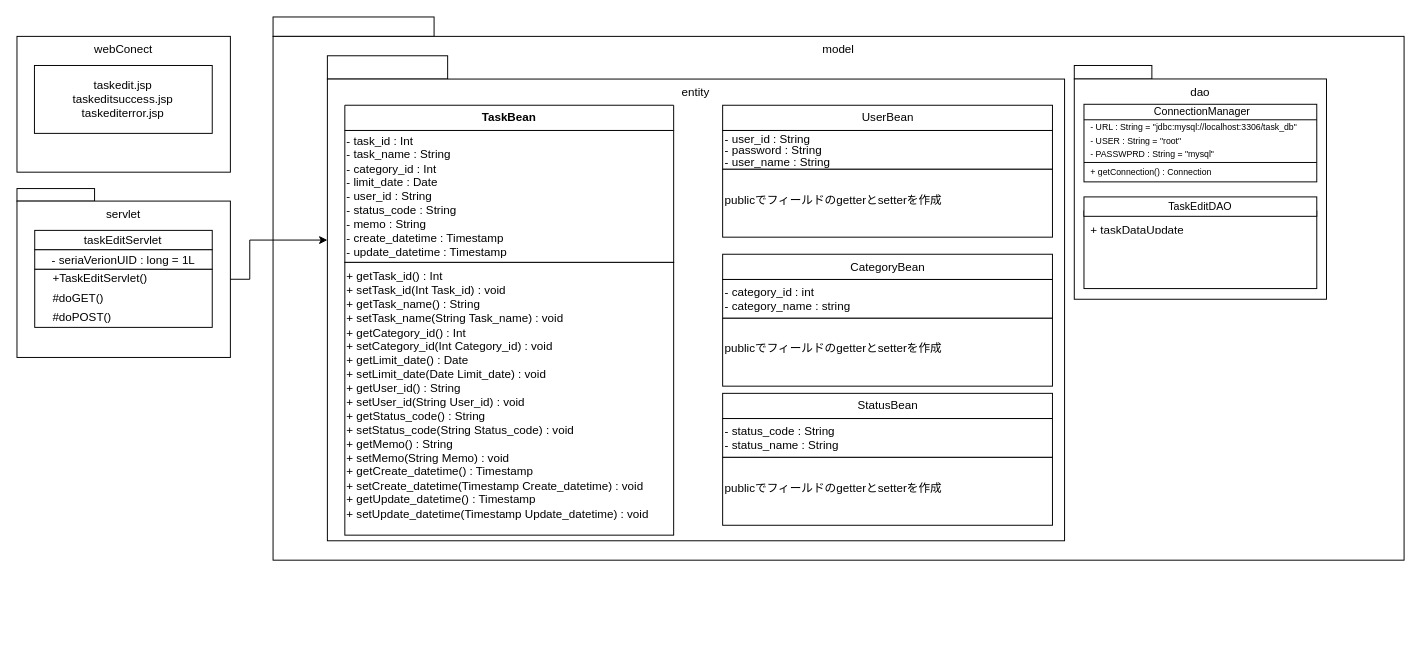
This is 詳細クラス図山下.drawio from Kimoto-Shogo/task_mgmt_system, a draw.io file, before an edit. Source tidied: cells renumbered, new cells numbered last; positions are measured from the earlier drawing's top-left corner, leaving out a move shared by most shapes. Both pictures are drawn from the tidied source at 97%, with x=0, y=0 at pixel (16, 16).
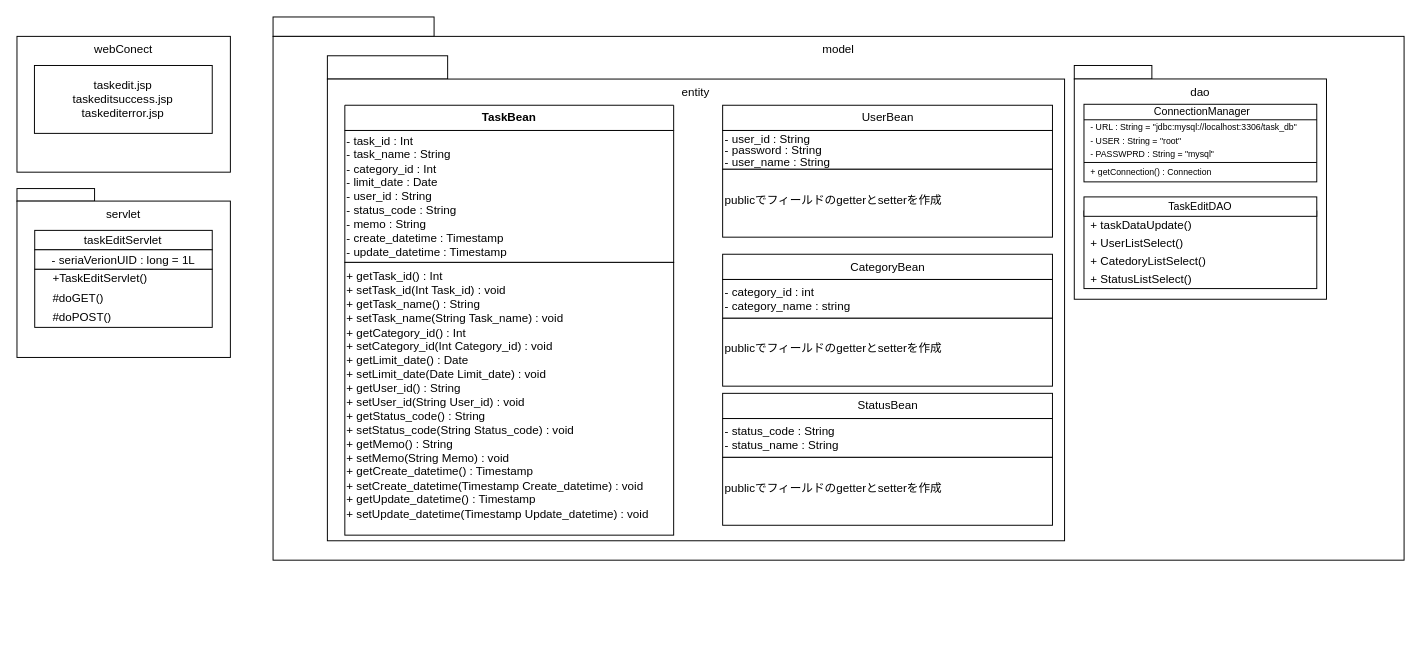
Above is the later version.

Unchanged cells that the change refers to:
```xml
<mxCell id="9" value="servlet" style="rounded=0;whiteSpace=wrap;html=1;align=center;labelPosition=center;verticalLabelPosition=middle;verticalAlign=top;" parent="7" vertex="1">
  <mxGeometry y="9.8" width="220" height="161.2" as="geometry" />
</mxCell>
<mxCell id="25" value="entity" style="rounded=0;whiteSpace=wrap;html=1;spacingTop=-449;direction=west;" parent="24" vertex="1">
  <mxGeometry width="760" height="476" as="geometry" />
</mxCell>
<mxCell id="46" style="group;" parent="45" vertex="1">
  <mxGeometry width="260" height="241" as="geometry" />
</mxCell>
```

What changed in the source:
```diff
@@
-    <mxCell id="21" style="edgeStyle=orthogonalEdgeStyle;rounded=0;jettySize=auto;html=1;exitX=1;exitY=0.5;exitDx=0;exitDy=0;" parent="1" edge="1" source="9" target="25">
-      <mxGeometry relative="1" as="geometry">
-        <Array as="points">
-          <mxPoint x="240" y="270" />
-          <mxPoint x="240" y="230" />
-        </Array>
-      </mxGeometry>
-    </mxCell>
@@
     <mxCell id="50" style="shape=table;startSize=0;childLayout=tableLayout;fontSize=11;fillColor=none;strokeColor=none;" parent="46" vertex="1">
-      <mxGeometry x="10" y="160" width="240" height="60" as="geometry" />
+      <mxGeometry x="10" y="155" width="240" height="76" as="geometry" />
     </mxCell>
     <mxCell id="51" style="shape=tableRow;horizontal=0;startSize=0;swimlaneHead=0;swimlaneBody=0;strokeColor=inherit;top=0;left=0;bottom=0;right=0;fillColor=none;fontSize=16;" parent="50" vertex="1">
-      <mxGeometry width="240" height="15" as="geometry" />
+      <mxGeometry width="240" height="19" as="geometry" />
     </mxCell>
-    <mxCell id="52" value="+&amp;nbsp;&lt;span style=&quot;background-color: transparent; color: light-dark(rgb(0, 0, 0), rgb(255, 255, 255));&quot;&gt;taskDataUpdate&lt;/span&gt;" style="shape=partialRectangle;html=1;whiteSpace=wrap;strokeColor=inherit;overflow=hidden;fillColor=none;top=0;left=0;bottom=0;right=0;fontSize=12;align=left;spacingLeft=5;" parent="51" vertex="1">
-      <mxGeometry width="240" height="15" as="geometry" />
+    <mxCell id="52" value="+&amp;nbsp;&lt;span style=&quot;background-color: transparent; color: light-dark(rgb(0, 0, 0), rgb(255, 255, 255));&quot;&gt;taskDataUpdate()&lt;/span&gt;" style="shape=partialRectangle;html=1;whiteSpace=wrap;strokeColor=inherit;overflow=hidden;fillColor=none;top=0;left=0;bottom=0;right=0;fontSize=12;align=left;spacingLeft=5;" parent="51" vertex="1">
+      <mxGeometry width="240" height="19" as="geometry" />
     </mxCell>
     <mxCell id="53" style="shape=tableRow;horizontal=0;startSize=0;swimlaneHead=0;swimlaneBody=0;strokeColor=inherit;top=0;left=0;bottom=0;right=0;fillColor=none;fontSize=16;" parent="50" vertex="1">
-      <mxGeometry y="15" width="240" height="15" as="geometry" />
+      <mxGeometry y="19" width="240" height="18" as="geometry" />
     </mxCell>
-    <mxCell id="54" style="shape=partialRectangle;html=1;whiteSpace=wrap;strokeColor=inherit;overflow=hidden;fillColor=none;top=0;left=0;bottom=0;right=0;fontSize=12;align=left;spacingLeft=5;" parent="53" vertex="1">
-      <mxGeometry width="240" height="15" as="geometry" />
+    <mxCell id="54" value="+ UserListSelect()" style="shape=partialRectangle;html=1;whiteSpace=wrap;strokeColor=inherit;overflow=hidden;fillColor=none;top=0;left=0;bottom=0;right=0;fontSize=12;align=left;spacingLeft=5;" parent="53" vertex="1">
+      <mxGeometry width="240" height="18" as="geometry" />
     </mxCell>
     <mxCell id="55" style="shape=tableRow;horizontal=0;startSize=0;swimlaneHead=0;swimlaneBody=0;strokeColor=inherit;top=0;left=0;bottom=0;right=0;fillColor=none;fontSize=16;" parent="50" vertex="1">
-      <mxGeometry y="30" width="240" height="15" as="geometry" />
+      <mxGeometry y="37" width="240" height="19" as="geometry" />
     </mxCell>
-    <mxCell id="56" style="shape=partialRectangle;html=1;whiteSpace=wrap;strokeColor=inherit;overflow=hidden;fillColor=none;top=0;left=0;bottom=0;right=0;fontSize=12;align=left;spacingLeft=5;" parent="55" vertex="1">
-      <mxGeometry width="240" height="15" as="geometry" />
+    <mxCell id="56" value="&lt;div&gt;+ CatedoryListSelect()&lt;/div&gt;" style="shape=partialRectangle;html=1;whiteSpace=wrap;strokeColor=inherit;overflow=hidden;fillColor=none;top=0;left=0;bottom=0;right=0;fontSize=12;align=left;spacingLeft=5;" parent="55" vertex="1">
+      <mxGeometry width="240" height="19" as="geometry" />
     </mxCell>
     <mxCell id="57" style="shape=tableRow;horizontal=0;startSize=0;swimlaneHead=0;swimlaneBody=0;strokeColor=inherit;top=0;left=0;bottom=0;right=0;fillColor=none;fontSize=16;" parent="50" vertex="1">
-      <mxGeometry y="45" width="240" height="15" as="geometry" />
+      <mxGeometry y="56" width="240" height="20" as="geometry" />
     </mxCell>
-    <mxCell id="58" style="shape=partialRectangle;html=1;whiteSpace=wrap;strokeColor=inherit;overflow=hidden;fillColor=none;top=0;left=0;bottom=0;right=0;fontSize=12;align=left;spacingLeft=5;" parent="57" vertex="1">
-      <mxGeometry width="240" height="15" as="geometry" />
+    <mxCell id="58" value="+ StatusListSelect()" style="shape=partialRectangle;html=1;whiteSpace=wrap;strokeColor=inherit;overflow=hidden;fillColor=none;top=0;left=0;bottom=0;right=0;fontSize=12;align=left;spacingLeft=5;" parent="57" vertex="1">
+      <mxGeometry width="240" height="20" as="geometry" />
     </mxCell>
```
